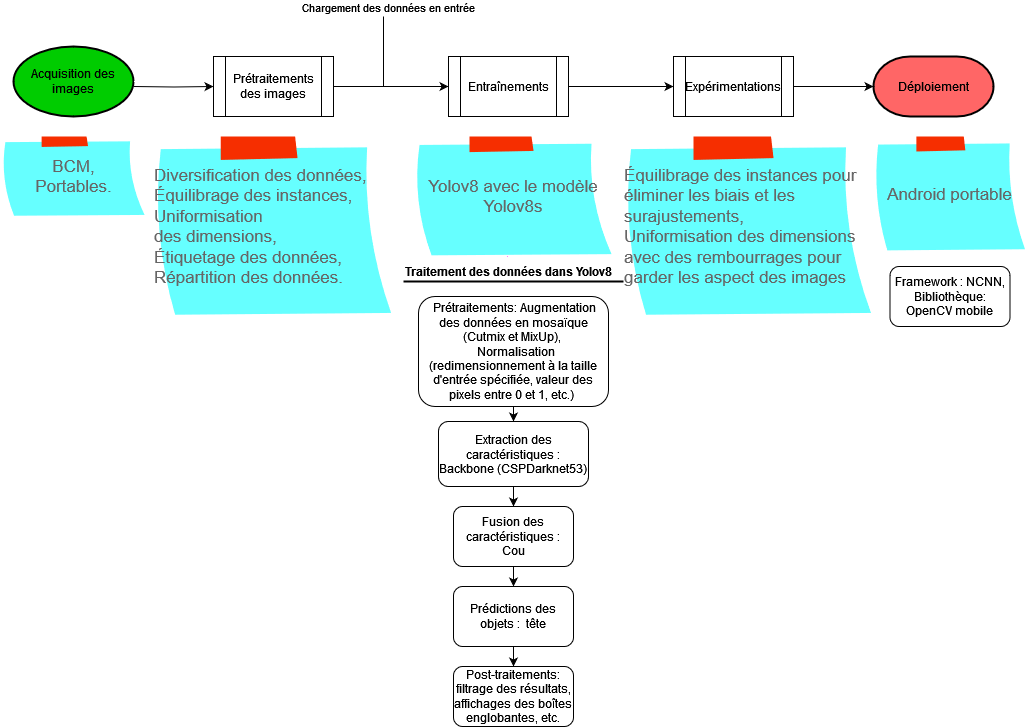
bihoux/Repertoire_vaovao keeps this draw.io diagram as Ariary_recognition.drawio.png. Above is the earlier version. Source tidied: cells renumbered, new cells last; positions are measured from the earlier drawing's top-left corner, leaving out a move shared by most shapes.
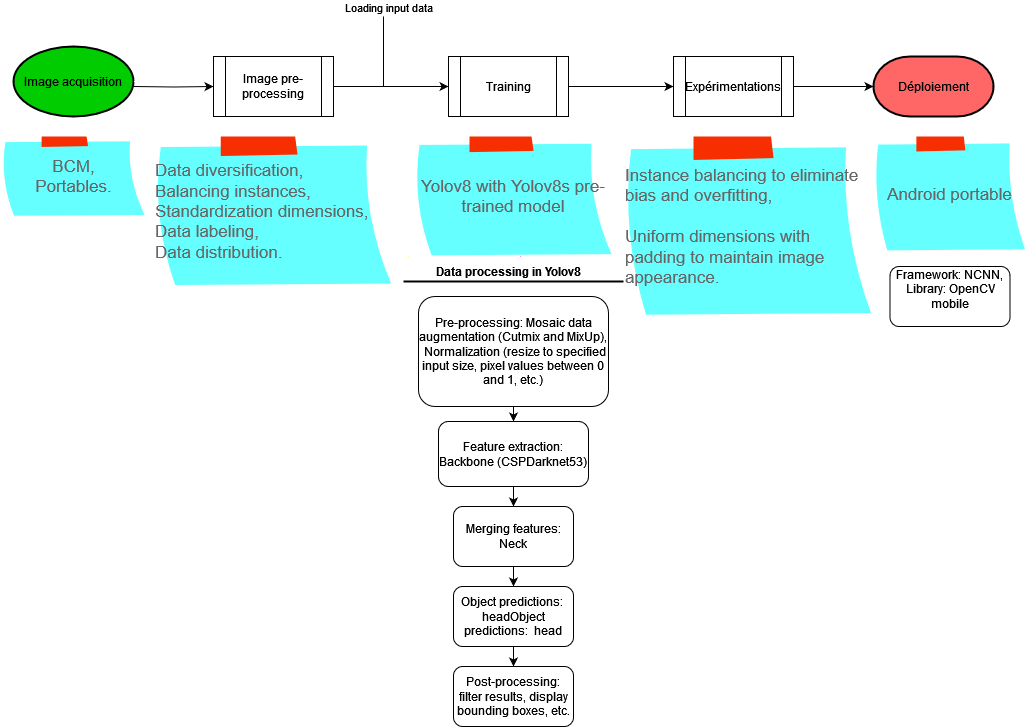
Above is the later version.

Commit message:
Mettre à jour Ariary_recognition.drawio.png

Change to the diagram source:
```diff
@@ -13,18 +13,18 @@
     <mxCell id="4" style="edgeStyle=orthogonalEdgeStyle;rounded=0;jettySize=auto;html=1;fillColor=#66FFFF;" parent="1" edge="1" source="6" target="8">
       <mxGeometry relative="1" as="geometry" />
     </mxCell>
-    <mxCell id="5" value="Chargement des données en entrée" style="edgeLabel;html=1;align=center;verticalAlign=middle;" parent="4" vertex="1">
+    <mxCell id="5" value="Loading input data" style="edgeLabel;html=1;align=center;verticalAlign=middle;" parent="4" vertex="1">
       <mxGeometry x="0.01" y="-4" relative="1" as="geometry">
         <mxPoint x="-4" y="-84" as="offset" />
       </mxGeometry>
     </mxCell>
-    <mxCell id="6" value="Prétraitements des images" style="shape=process;whiteSpace=wrap;html=1;backgroundOutline=1;fillColor=#FFFFFF;fontColor=#000000;" parent="1" vertex="1">
+    <mxCell id="6" value="Image pre-processing" style="shape=process;whiteSpace=wrap;html=1;backgroundOutline=1;fillColor=#FFFFFF;fontColor=#000000;" parent="1" vertex="1">
       <mxGeometry x="212" y="40" width="120" height="60" as="geometry" />
     </mxCell>
     <mxCell id="7" style="edgeStyle=orthogonalEdgeStyle;rounded=0;jettySize=auto;html=1;fillColor=#66FFFF;" parent="1" edge="1" source="8" target="10">
       <mxGeometry relative="1" as="geometry" />
     </mxCell>
-    <mxCell id="8" value="Entraînements" style="shape=process;whiteSpace=wrap;html=1;backgroundOutline=1;fillColor=#FFFFFF;fontColor=#000000;" parent="1" vertex="1">
+    <mxCell id="8" value="Training" style="shape=process;whiteSpace=wrap;html=1;backgroundOutline=1;fillColor=#FFFFFF;fontColor=#000000;" parent="1" vertex="1">
       <mxGeometry x="447" y="40" width="120" height="60" as="geometry" />
     </mxCell>
     <mxCell id="9" style="edgeStyle=orthogonalEdgeStyle;rounded=0;jettySize=auto;html=1;fillColor=#66FFFF;" parent="1" edge="1" source="10">
@@ -38,13 +38,13 @@
     <mxCell id="11" style="edgeStyle=orthogonalEdgeStyle;rounded=0;jettySize=auto;html=1;" parent="1" edge="1" source="12" target="14">
       <mxGeometry relative="1" as="geometry" />
     </mxCell>
-    <mxCell id="12" value="&amp;nbsp;Prétraitements: Augmentation des données en mosaïque (Cutmix et MixUp),&amp;nbsp;&lt;div&gt;&amp;nbsp; Normalisation (redimensionnement à la taille d'entrée spécifiée, valeur des pixels entre 0 et 1, etc.)&amp;nbsp; &lt;/div&gt;" style="rounded=1;whiteSpace=wrap;html=1;" parent="1" vertex="1">
+    <mxCell id="12" value="Pre-processing: Mosaic data augmentation (Cutmix and MixUp), &lt;br&gt;&amp;nbsp;Normalization (resize to specified input size, pixel values between 0 and 1, etc.) " style="rounded=1;whiteSpace=wrap;html=1;" parent="1" vertex="1">
       <mxGeometry x="417" y="280" width="190" height="110" as="geometry" />
     </mxCell>
     <mxCell id="13" style="edgeStyle=orthogonalEdgeStyle;rounded=0;jettySize=auto;html=1;" parent="1" edge="1" source="14" target="16">
       <mxGeometry relative="1" as="geometry" />
     </mxCell>
-    <mxCell id="14" value="Extraction des caractéristiques : Backbone (CSPDarknet53)" style="rounded=1;whiteSpace=wrap;html=1;" parent="1" vertex="1">
+    <mxCell id="14" value="Feature extraction: Backbone (CSPDarknet53)" style="rounded=1;whiteSpace=wrap;html=1;" parent="1" vertex="1">
       <mxGeometry x="437" y="405" width="150" height="65" as="geometry" />
     </mxCell>
     <mxCell id="15" style="edgeStyle=orthogonalEdgeStyle;rounded=0;jettySize=auto;html=1;" parent="1" edge="1" source="16">
@@ -52,34 +52,34 @@
         <mxPoint x="512" y="570" as="targetPoint" />
       </mxGeometry>
     </mxCell>
-    <mxCell id="16" value="Fusion des caractéristiques : Cou" style="rounded=1;whiteSpace=wrap;html=1;" parent="1" vertex="1">
+    <mxCell id="16" value="Merging features: Neck" style="rounded=1;whiteSpace=wrap;html=1;" parent="1" vertex="1">
       <mxGeometry x="452" y="490" width="120" height="60" as="geometry" />
     </mxCell>
     <mxCell id="17" style="edgeStyle=orthogonalEdgeStyle;rounded=0;jettySize=auto;html=1;" parent="1" edge="1" source="18" target="19">
       <mxGeometry relative="1" as="geometry" />
     </mxCell>
-    <mxCell id="18" value="Prédictions des objets :&amp;nbsp; tête" style="rounded=1;whiteSpace=wrap;html=1;" parent="1" vertex="1">
+    <mxCell id="18" value="Object predictions:&amp;nbsp; headObject predictions:&amp;nbsp; head" style="rounded=1;whiteSpace=wrap;html=1;" parent="1" vertex="1">
       <mxGeometry x="452" y="570" width="120" height="60" as="geometry" />
     </mxCell>
-    <mxCell id="19" value="Post-traitements: filtrage des résultats, affichages des boîtes englobantes, etc." style="rounded=1;whiteSpace=wrap;html=1;" parent="1" vertex="1">
+    <mxCell id="19" value="Post-processing: filter results, display bounding boxes, etc." style="rounded=1;whiteSpace=wrap;html=1;" parent="1" vertex="1">
       <mxGeometry x="452" y="650" width="120" height="60" as="geometry" />
     </mxCell>
-    <mxCell id="20" value="&lt;div&gt;Framework : NCNN,&lt;/div&gt;&lt;div&gt;Bibliothèque: OpenCV mobile&lt;br&gt;&lt;/div&gt;" style="rounded=1;whiteSpace=wrap;html=1;" parent="1" vertex="1">
+    <mxCell id="20" value="Framework: NCNN,&lt;br&gt;Library: OpenCV mobile&lt;div&gt;&lt;br/&gt;&lt;/div&gt;" style="rounded=1;whiteSpace=wrap;html=1;" parent="1" vertex="1">
       <mxGeometry x="888.5" y="250" width="120" height="60" as="geometry" />
     </mxCell>
-    <mxCell id="21" value="Acquisition des images" style="strokeWidth=2;html=1;shape=mxgraph.flowchart.start_1;whiteSpace=wrap;fillColor=#00CC00;" parent="1" vertex="1">
+    <mxCell id="21" value="Image acquisition" style="strokeWidth=2;html=1;shape=mxgraph.flowchart.start_1;whiteSpace=wrap;fillColor=#00CC00;" parent="1" vertex="1">
       <mxGeometry x="12" y="30" width="120" height="70" as="geometry" />
     </mxCell>
     <mxCell id="22" value="Déploiement" style="strokeWidth=2;html=1;shape=mxgraph.flowchart.terminator;whiteSpace=wrap;fillColor=#FF6666;" parent="1" vertex="1">
       <mxGeometry x="872" y="40" width="120" height="60" as="geometry" />
     </mxCell>
-    <mxCell id="23" value="&lt;div align=&quot;left&quot;&gt;Diversification des données,&lt;/div&gt;&lt;div align=&quot;left&quot;&gt;Équilibrage des instances,&amp;nbsp;&lt;/div&gt;&lt;div&gt;&lt;div align=&quot;left&quot;&gt;Uniformisation&lt;br&gt;&lt;/div&gt;&lt;div align=&quot;left&quot;&gt; des dimensions,&amp;nbsp;&lt;/div&gt;&lt;div align=&quot;left&quot;&gt;Étiquetage des données, Répartition des données.&lt;/div&gt;&lt;/div&gt;" style="strokeWidth=1;shadow=0;dashed=0;align=center;html=1;shape=mxgraph.mockup.text.stickyNote2;fontColor=#666666;mainText=;fontSize=17;whiteSpace=wrap;fillColor=#66FFFF;strokeColor=#F62E00;" parent="1" vertex="1">
-      <mxGeometry x="152" y="120" width="240" height="180" as="geometry" />
+    <mxCell id="23" value="&lt;div align=&quot;left&quot;&gt;Data diversification,&lt;br&gt;Balancing instances,&lt;br&gt;Standardization dimensions,&lt;br&gt;Data labeling,&amp;nbsp;&lt;/div&gt;&lt;div align=&quot;left&quot;&gt;Data distribution.&lt;/div&gt;" style="strokeWidth=1;shadow=0;dashed=0;align=left;html=1;shape=mxgraph.mockup.text.stickyNote2;fontColor=#666666;mainText=;fontSize=17;whiteSpace=wrap;fillColor=#66FFFF;strokeColor=#F62E00;" parent="1" vertex="1">
+      <mxGeometry x="152" y="120" width="240" height="150" as="geometry" />
     </mxCell>
-    <mxCell id="24" value="Yolov8 avec le modèle Yolov8s" style="strokeWidth=1;shadow=0;dashed=0;align=center;html=1;shape=mxgraph.mockup.text.stickyNote2;fontColor=#666666;mainText=;fontSize=17;whiteSpace=wrap;fillColor=#66FFFF;strokeColor=#F62E00;" parent="1" vertex="1">
+    <mxCell id="24" value="Yolov8 with Yolov8s pre-trained model" style="strokeWidth=1;shadow=0;dashed=0;align=center;html=1;shape=mxgraph.mockup.text.stickyNote2;fontColor=#666666;mainText=;fontSize=17;whiteSpace=wrap;fillColor=#66FFFF;strokeColor=#F62E00;" parent="1" vertex="1">
       <mxGeometry x="412" y="120" width="200" height="120" as="geometry" />
     </mxCell>
-    <mxCell id="25" value="&lt;div align=&quot;left&quot;&gt;Équilibrage des instances pour éliminer les biais et les surajustements, &lt;br&gt;&lt;/div&gt;&lt;div align=&quot;left&quot;&gt;Uniformisation des dimensions avec des rembourrages pour garder les aspect des images&lt;/div&gt;" style="strokeWidth=1;shadow=0;dashed=0;align=center;html=1;shape=mxgraph.mockup.text.stickyNote2;fontColor=#666666;mainText=;fontSize=17;whiteSpace=wrap;fillColor=#66FFFF;strokeColor=#F62E00;" parent="1" vertex="1">
+    <mxCell id="25" value="&lt;div align=&quot;left&quot;&gt;Instance balancing to eliminate bias and overfitting,&lt;/div&gt;&lt;div align=&quot;left&quot;&gt;&lt;br&gt;&lt;/div&gt;&lt;div align=&quot;left&quot;&gt;Uniform dimensions with padding to maintain image appearance.&lt;/div&gt;" style="strokeWidth=1;shadow=0;dashed=0;align=left;html=1;shape=mxgraph.mockup.text.stickyNote2;fontColor=#666666;mainText=;fontSize=17;whiteSpace=wrap;fillColor=#66FFFF;strokeColor=#F62E00;" parent="1" vertex="1">
       <mxGeometry x="622" y="120" width="250" height="180" as="geometry" />
     </mxCell>
     <mxCell id="26" value="BCM,&lt;br&gt;Portables." style="strokeWidth=1;shadow=0;dashed=0;align=center;html=1;shape=mxgraph.mockup.text.stickyNote2;fontColor=#666666;mainText=;fontSize=17;whiteSpace=wrap;fillColor=#66FFFF;strokeColor=#F62E00;" parent="1" vertex="1">
@@ -97,8 +97,8 @@
     <mxCell id="29" style="line;strokeWidth=2;html=1;" parent="1" vertex="1">
       <mxGeometry x="402" y="260" width="220" height="10" as="geometry" />
     </mxCell>
-    <mxCell id="30" value="&lt;b&gt;Traitement des données dans Yolov8&lt;/b&gt;" style="text;html=1;align=center;verticalAlign=middle;strokeColor=none;fillColor=none;" parent="1" vertex="1">
-      <mxGeometry x="392" y="240" width="230" height="30" as="geometry" />
+    <mxCell id="30" value="&lt;b&gt;Data processing in Yolov8&lt;/b&gt;" style="text;html=1;align=center;verticalAlign=middle;strokeColor=none;fillColor=none;" parent="1" vertex="1">
+      <mxGeometry x="422" y="240" width="170" height="30" as="geometry" />
     </mxCell>
   </root>
 </mxGraphModel>
```
